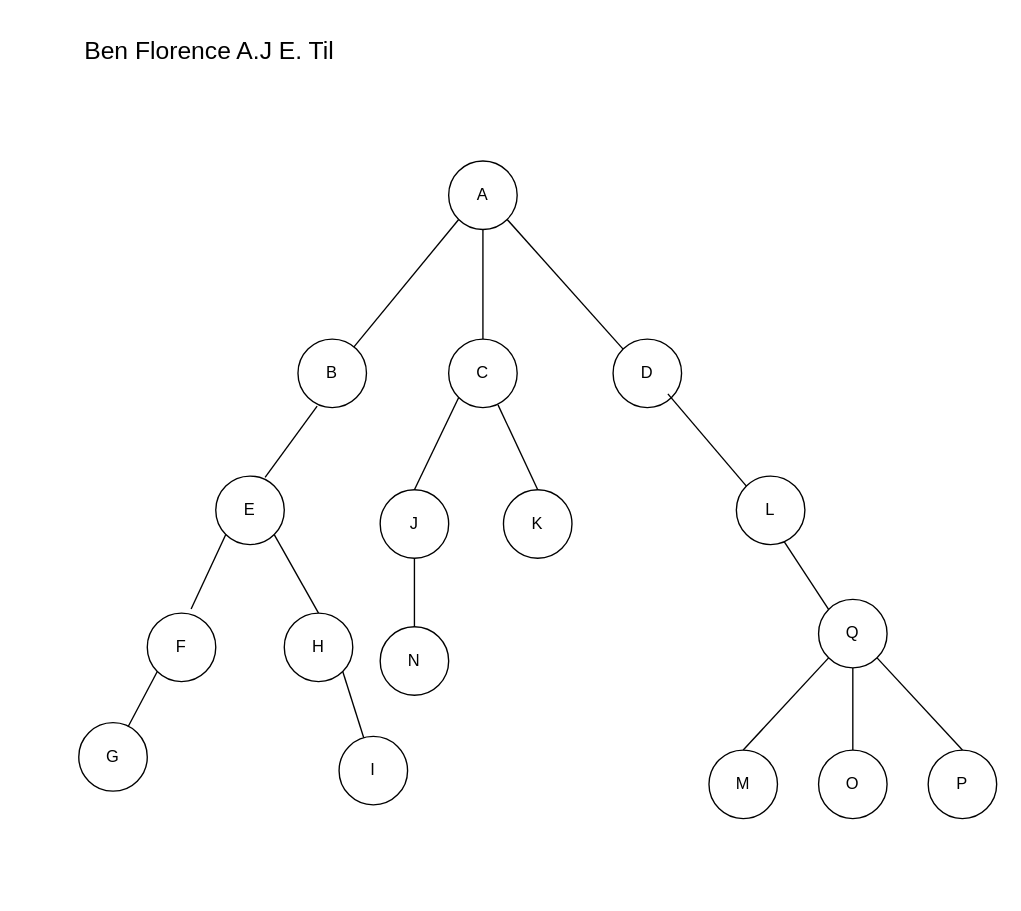
benajtil/Data-Structure- keeps this draw.io diagram as BFS.drawio. Above is the earlier version. Source tidied: cells renumbered, new cells numbered last; positions are measured from the earlier drawing's top-left corner, leaving out a move shared by most shapes. Both pictures are drawn from the tidied source at 137%, with x=0, y=0 at pixel (64, 23).
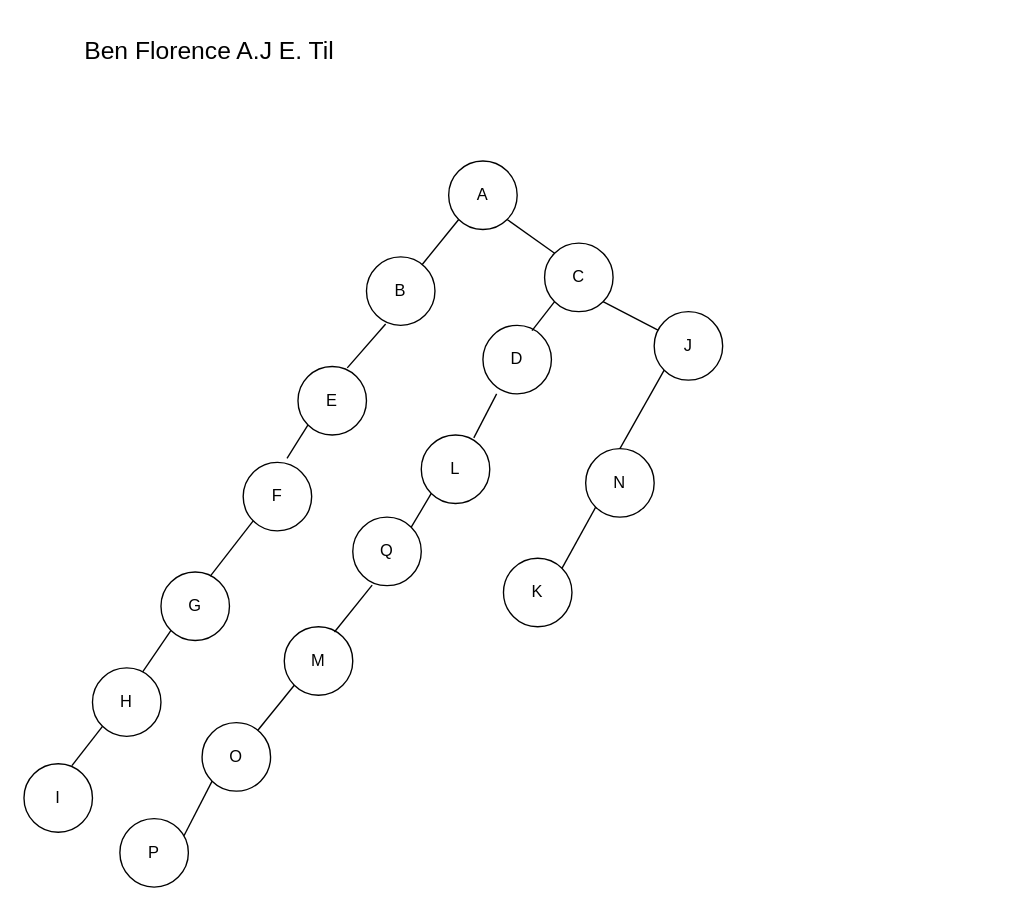
The same diagram, later.

Unchanged cells that the change refers to:
```xml
<mxCell id="2" value="A" style="ellipse;whiteSpace=wrap;html=1;" parent="1" vertex="1">
  <mxGeometry x="280" y="100" width="50" height="50" as="geometry" />
</mxCell>
```

Diff of the diagram source:
```diff
@@
     <mxCell id="3" value="B" style="ellipse;whiteSpace=wrap;html=1;" parent="1" vertex="1">
-      <mxGeometry x="170" y="230" width="50" height="50" as="geometry" />
+      <mxGeometry x="220" y="170" width="50" height="50" as="geometry" />
     </mxCell>
-    <mxCell id="4" value="C" style="ellipse;whiteSpace=wrap;html=1;" parent="1" vertex="1">
-      <mxGeometry x="280" y="230" width="50" height="50" as="geometry" />
-    </mxCell>
-    <mxCell id="5" value="D" style="ellipse;whiteSpace=wrap;html=1;" parent="1" vertex="1">
-      <mxGeometry x="400" y="230" width="50" height="50" as="geometry" />
-    </mxCell>
     <mxCell id="6" value="E" style="ellipse;whiteSpace=wrap;html=1;" parent="1" vertex="1">
-      <mxGeometry x="110" y="330" width="50" height="50" as="geometry" />
+      <mxGeometry x="170" y="250" width="50" height="50" as="geometry" />
     </mxCell>
     <mxCell id="7" value="F" style="ellipse;whiteSpace=wrap;html=1;" parent="1" vertex="1">
-      <mxGeometry x="60" y="430" width="50" height="50" as="geometry" />
+      <mxGeometry x="130" y="320" width="50" height="50" as="geometry" />
     </mxCell>
     <mxCell id="8" value="H" style="ellipse;whiteSpace=wrap;html=1;" parent="1" vertex="1">
-      <mxGeometry x="160" y="430" width="50" height="50" as="geometry" />
+      <mxGeometry x="20" y="470" width="50" height="50" as="geometry" />
     </mxCell>
     <mxCell id="9" value="G" style="ellipse;whiteSpace=wrap;html=1;" parent="1" vertex="1">
-      <mxGeometry x="10" y="510" width="50" height="50" as="geometry" />
+      <mxGeometry x="70" y="400" width="50" height="50" as="geometry" />
     </mxCell>
     <mxCell id="10" value="I" style="ellipse;whiteSpace=wrap;html=1;" parent="1" vertex="1">
-      <mxGeometry x="200" y="520" width="50" height="50" as="geometry" />
+      <mxGeometry x="-30" y="540" width="50" height="50" as="geometry" />
     </mxCell>
-    <mxCell id="11" value="J" style="ellipse;whiteSpace=wrap;html=1;" parent="1" vertex="1">
-      <mxGeometry x="230" y="340" width="50" height="50" as="geometry" />
+    <mxCell id="11" value="P" style="ellipse;whiteSpace=wrap;html=1;" parent="1" vertex="1">
+      <mxGeometry x="40" y="580" width="50" height="50" as="geometry" />
     </mxCell>
-    <mxCell id="12" value="K" style="ellipse;whiteSpace=wrap;html=1;" parent="1" vertex="1">
-      <mxGeometry x="320" y="340" width="50" height="50" as="geometry" />
+    <mxCell id="12" value="N" style="ellipse;whiteSpace=wrap;html=1;" parent="1" vertex="1">
+      <mxGeometry x="380" y="310" width="50" height="50" as="geometry" />
     </mxCell>
-    <mxCell id="13" value="N" style="ellipse;whiteSpace=wrap;html=1;" parent="1" vertex="1">
-      <mxGeometry x="230" y="440" width="50" height="50" as="geometry" />
+    <mxCell id="13" value="J" style="ellipse;whiteSpace=wrap;html=1;" parent="1" vertex="1">
+      <mxGeometry x="430" y="210" width="50" height="50" as="geometry" />
     </mxCell>
-    <mxCell id="14" value="L" style="ellipse;whiteSpace=wrap;html=1;" parent="1" vertex="1">
-      <mxGeometry x="490" y="330" width="50" height="50" as="geometry" />
-    </mxCell>
-    <mxCell id="15" value="Q" style="ellipse;whiteSpace=wrap;html=1;" parent="1" vertex="1">
-      <mxGeometry x="550" y="420" width="50" height="50" as="geometry" />
-    </mxCell>
     <mxCell id="16" value="M" style="ellipse;whiteSpace=wrap;html=1;" parent="1" vertex="1">
-      <mxGeometry x="470" y="530" width="50" height="50" as="geometry" />
+      <mxGeometry x="160" y="440" width="50" height="50" as="geometry" />
     </mxCell>
     <mxCell id="17" value="O" style="ellipse;whiteSpace=wrap;html=1;" parent="1" vertex="1">
-      <mxGeometry x="550" y="530" width="50" height="50" as="geometry" />
+      <mxGeometry x="100" y="510" width="50" height="50" as="geometry" />
     </mxCell>
-    <mxCell id="18" value="P" style="ellipse;whiteSpace=wrap;html=1;" parent="1" vertex="1">
-      <mxGeometry x="630" y="530" width="50" height="50" as="geometry" />
+    <mxCell id="18" value="K" style="ellipse;whiteSpace=wrap;html=1;" parent="1" vertex="1">
+      <mxGeometry x="320" y="390" width="50" height="50" as="geometry" />
     </mxCell>
@@
-    <mxCell id="23" style="endArrow=none;html=1;rounded=0;entryX=0.5;entryY=1;entryDx=0;entryDy=0;exitX=0.5;exitY=0;exitDx=0;exitDy=0;" parent="1" edge="1" source="4" target="2">
-      <mxGeometry relative="1" as="geometry" />
-    </mxCell>
-    <mxCell id="24" style="endArrow=none;html=1;rounded=0;entryX=0.5;entryY=0;entryDx=0;entryDy=0;exitX=0;exitY=1;exitDx=0;exitDy=0;" parent="1" edge="1" source="4" target="11">
-      <mxGeometry relative="1" as="geometry" />
-    </mxCell>
-    <mxCell id="25" style="endArrow=none;html=1;rounded=0;entryX=0.5;entryY=0;entryDx=0;entryDy=0;exitX=0.72;exitY=0.96;exitDx=0;exitDy=0;exitPerimeter=0;" parent="1" edge="1" source="4" target="12">
+    <mxCell id="25" style="endArrow=none;html=1;rounded=0;entryX=0.5;entryY=0;entryDx=0;entryDy=0;exitX=0;exitY=1;exitDx=0;exitDy=0;" parent="1" edge="1" source="13" target="12">
       <mxGeometry relative="1" as="geometry" />
     </mxCell>
-    <mxCell id="26" style="endArrow=none;html=1;rounded=0;entryX=1;entryY=1;entryDx=0;entryDy=0;exitX=0.5;exitY=0;exitDx=0;exitDy=0;" parent="1" edge="1" source="8" target="6">
+    <mxCell id="26" style="endArrow=none;html=1;rounded=0;entryX=0;entryY=1;entryDx=0;entryDy=0;exitX=0.733;exitY=0.06;exitDx=0;exitDy=0;exitPerimeter=0;" parent="1" edge="1" source="8" target="9">
       <mxGeometry relative="1" as="geometry" />
     </mxCell>
-    <mxCell id="27" style="endArrow=none;html=1;rounded=0;entryX=0.5;entryY=0;entryDx=0;entryDy=0;exitX=0.5;exitY=1;exitDx=0;exitDy=0;" parent="1" edge="1" source="11" target="13">
-      <mxGeometry relative="1" as="geometry" />
-    </mxCell>
-    <mxCell id="28" style="endArrow=none;html=1;rounded=0;entryX=0.36;entryY=0.02;entryDx=0;entryDy=0;exitX=1;exitY=1;exitDx=0;exitDy=0;entryPerimeter=0;" parent="1" edge="1" source="8" target="10">
+    <mxCell id="28" style="endArrow=none;html=1;rounded=0;entryX=0.7;entryY=0.027;entryDx=0;entryDy=0;exitX=0;exitY=1;exitDx=0;exitDy=0;entryPerimeter=0;" parent="1" edge="1" source="8" target="10">
       <mxGeometry relative="1" as="geometry" />
     </mxCell>
-    <mxCell id="29" style="endArrow=none;html=1;rounded=0;entryX=1;entryY=1;entryDx=0;entryDy=0;exitX=0;exitY=0;exitDx=0;exitDy=0;" parent="1" edge="1" source="5" target="2">
+    <mxCell id="29" style="endArrow=none;html=1;rounded=0;entryX=1;entryY=1;entryDx=0;entryDy=0;exitX=0;exitY=0;exitDx=0;exitDy=0;startArrow=none;" parent="1" edge="1" source="4" target="2">
       <mxGeometry relative="1" as="geometry" />
     </mxCell>
-    <mxCell id="30" style="endArrow=none;html=1;rounded=0;exitX=0;exitY=0;exitDx=0;exitDy=0;" parent="1" edge="1" source="14">
-      <mxGeometry relative="1" as="geometry">
-        <mxPoint x="440" y="270" as="targetPoint" />
-      </mxGeometry>
-    </mxCell>
-    <mxCell id="31" style="endArrow=none;html=1;rounded=0;entryX=0.5;entryY=0;entryDx=0;entryDy=0;exitX=0;exitY=1;exitDx=0;exitDy=0;" parent="1" edge="1" source="15" target="16">
+    <mxCell id="31" style="endArrow=none;html=1;rounded=0;entryX=0.733;entryY=0.077;entryDx=0;entryDy=0;exitX=0.283;exitY=0.993;exitDx=0;exitDy=0;entryPerimeter=0;exitPerimeter=0;" parent="1" edge="1" source="15" target="16">
       <mxGeometry relative="1" as="geometry" />
     </mxCell>
-    <mxCell id="32" style="endArrow=none;html=1;rounded=0;entryX=0;entryY=0;entryDx=0;entryDy=0;exitX=0.7;exitY=0.96;exitDx=0;exitDy=0;exitPerimeter=0;" parent="1" edge="1" source="14" target="15">
-      <mxGeometry relative="1" as="geometry" />
-    </mxCell>
-    <mxCell id="33" style="endArrow=none;html=1;rounded=0;exitX=0.5;exitY=1;exitDx=0;exitDy=0;" parent="1" edge="1" source="15" target="17">
+    <mxCell id="33" style="endArrow=none;html=1;rounded=0;exitX=0;exitY=1;exitDx=0;exitDy=0;" parent="1" edge="1" source="16" target="17">
       <mxGeometry relative="1" as="geometry" />
     </mxCell>
-    <mxCell id="34" style="endArrow=none;html=1;rounded=0;entryX=0.5;entryY=0;entryDx=0;entryDy=0;exitX=1;exitY=1;exitDx=0;exitDy=0;" parent="1" edge="1" source="15" target="18">
+    <mxCell id="34" style="endArrow=none;html=1;rounded=0;entryX=1;entryY=0;entryDx=0;entryDy=0;exitX=0;exitY=1;exitDx=0;exitDy=0;" parent="1" edge="1" source="12" target="18">
       <mxGeometry relative="1" as="geometry" />
     </mxCell>
@@
+    <mxCell id="4" value="C" style="ellipse;whiteSpace=wrap;html=1;" parent="1" vertex="1">
+      <mxGeometry x="350" y="160" width="50" height="50" as="geometry" />
+    </mxCell>
+    <mxCell id="5" value="D" style="ellipse;whiteSpace=wrap;html=1;" parent="1" vertex="1">
+      <mxGeometry x="305" y="220" width="50" height="50" as="geometry" />
+    </mxCell>
+    <mxCell id="36" style="endArrow=none;html=1;rounded=0;entryX=0.717;entryY=0.077;entryDx=0;entryDy=0;exitX=0;exitY=1;exitDx=0;exitDy=0;entryPerimeter=0;" parent="1" edge="1" source="4" target="5">
+      <mxGeometry relative="1" as="geometry" />
+    </mxCell>
+    <mxCell id="14" value="L" style="ellipse;whiteSpace=wrap;html=1;" parent="1" vertex="1">
+      <mxGeometry x="260" y="300" width="50" height="50" as="geometry" />
+    </mxCell>
+    <mxCell id="37" style="endArrow=none;html=1;rounded=0;entryX=0.767;entryY=0.043;entryDx=0;entryDy=0;startArrow=none;entryPerimeter=0;exitX=0.2;exitY=1;exitDx=0;exitDy=0;exitPerimeter=0;" parent="1" edge="1" source="5" target="14">
+      <mxGeometry relative="1" as="geometry" />
+    </mxCell>
+    <mxCell id="15" value="Q" style="ellipse;whiteSpace=wrap;html=1;" parent="1" vertex="1">
+      <mxGeometry x="210" y="360" width="50" height="50" as="geometry" />
+    </mxCell>
+    <mxCell id="32" style="endArrow=none;html=1;rounded=0;entryX=1;entryY=0;entryDx=0;entryDy=0;exitX=0;exitY=1;exitDx=0;exitDy=0;startArrow=none;" parent="1" edge="1" source="14" target="15">
+      <mxGeometry relative="1" as="geometry" />
+    </mxCell>
+    <mxCell id="38" style="endArrow=none;html=1;rounded=0;fontSize=18;entryX=0;entryY=1;entryDx=0;entryDy=0;exitX=0.936;exitY=0.25;exitDx=0;exitDy=0;exitPerimeter=0;" parent="1" edge="1" source="11" target="17">
+      <mxGeometry relative="1" as="geometry" />
+    </mxCell>
+    <mxCell id="39" style="endArrow=none;html=1;rounded=0;fontSize=18;entryX=1;entryY=1;entryDx=0;entryDy=0;" parent="1" edge="1" source="13" target="4">
+      <mxGeometry relative="1" as="geometry" />
+    </mxCell>
```
